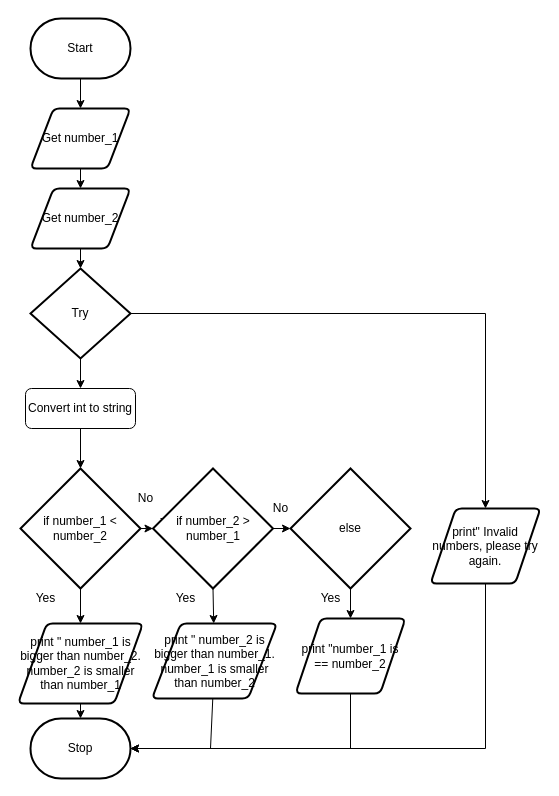
Earlier version of the draw.io diagram Draw.io/Flowchart.drawio (Peter-Gemmell/ICS3U-Assignment-3-Python). Source tidied: cells renumbered, new cells numbered last; positions are measured from the earlier drawing's top-left corner, leaving out a move shared by most shapes. Both pictures are drawn from the tidied source at 100%, with x=0, y=0 at pixel (18, 18).
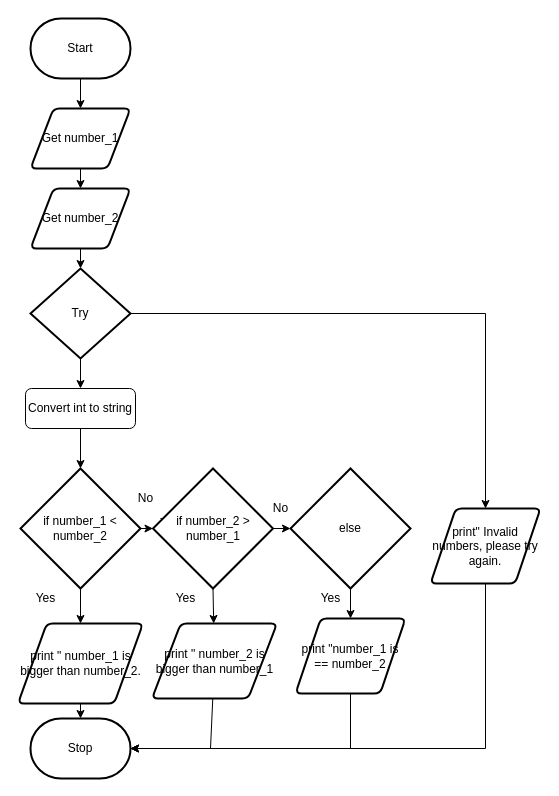
Above is the later version.

What changed in the source:
```diff
@@
-    <mxCell id="14" value="print &quot; number_1 is bigger than number_2.&lt;br&gt;number_2 is smaller than number_1" style="shape=parallelogram;html=1;strokeWidth=2;perimeter=parallelogramPerimeter;whiteSpace=wrap;rounded=1;arcSize=12;size=0.23;" parent="1" vertex="1">
+    <mxCell id="14" value="print &quot; number_1 is bigger than number_2." style="shape=parallelogram;html=1;strokeWidth=2;perimeter=parallelogramPerimeter;whiteSpace=wrap;rounded=1;arcSize=12;size=0.23;" parent="1" vertex="1">
       <mxGeometry x="-0.5" y="605" width="125" height="80" as="geometry" />
     </mxCell>
@@
-    <mxCell id="24" value="print &quot; number_2 is bigger than number_1.&lt;br&gt;number_1 is smaller than number_2" style="shape=parallelogram;html=1;strokeWidth=2;perimeter=parallelogramPerimeter;whiteSpace=wrap;rounded=1;arcSize=12;size=0.23;" parent="1" vertex="1">
+    <mxCell id="24" value="print &quot; number_2 is bigger than number_1" style="shape=parallelogram;html=1;strokeWidth=2;perimeter=parallelogramPerimeter;whiteSpace=wrap;rounded=1;arcSize=12;size=0.23;" parent="1" vertex="1">
       <mxGeometry x="133.5" y="605" width="125" height="75" as="geometry" />
     </mxCell>
```
